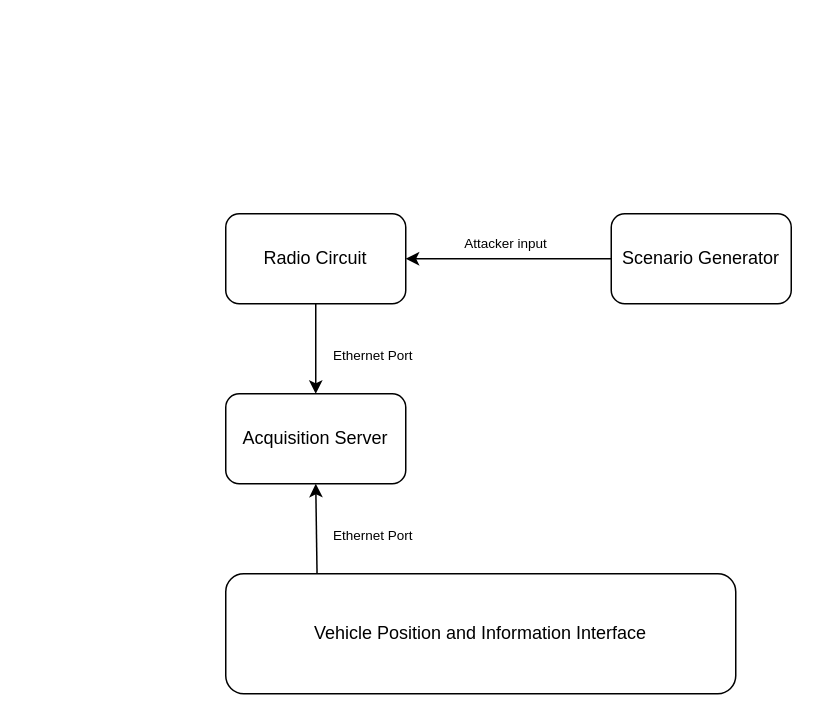
Before: page "Blockdiagram" (1 of 3) of GNSS Datalogger Blockdiagram.drawio in torejohansson97/tightly-coupled-gnss-data-logger, a draw.io diagram. Source tidied: cells renumbered, new cells numbered last; positions are measured from the earlier drawing's top-left corner, leaving out a move shared by most shapes. Both pictures are drawn from the tidied source at 150%, with x=0, y=0 at pixel (225, 213).
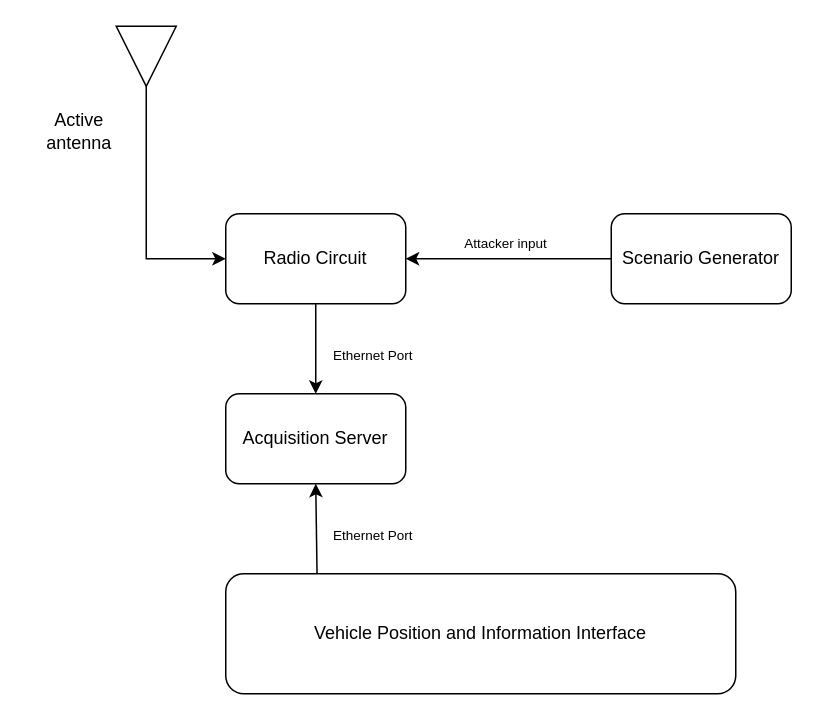
After the change.

What changed in the source:
```diff
@@
 <mxGraphModel>
   <root>
     <mxCell id="0" />
     <mxCell id="1" parent="0" />
     <mxCell id="2" value="Vehicle Position and Information Interface " style="rounded=1;whiteSpace=wrap;html=1;" parent="1" vertex="1">
       <mxGeometry y="240" width="340" height="80" as="geometry" />
     </mxCell>
     <mxCell id="3" value="Acquisition Server" style="rounded=1;whiteSpace=wrap;html=1;" parent="1" vertex="1">
       <mxGeometry y="120" width="120" height="60" as="geometry" />
     </mxCell>
     <mxCell id="4" style="edgeStyle=orthogonalEdgeStyle;rounded=0;jettySize=auto;html=1;entryX=1;entryY=0.5;entryDx=0;entryDy=0;fontSize=20;" parent="1" edge="1" source="5" target="8">
       <mxGeometry relative="1" as="geometry" />
     </mxCell>
     <mxCell id="5" value="Scenario Generator" style="rounded=1;whiteSpace=wrap;html=1;" parent="1" vertex="1">
       <mxGeometry x="257" width="120" height="60" as="geometry" />
     </mxCell>
     <mxCell id="6" style="endArrow=classic;html=1;rounded=0;entryX=0.5;entryY=1;entryDx=0;entryDy=0;exitX=0.179;exitY=-0.005;exitDx=0;exitDy=0;exitPerimeter=0;" parent="1" edge="1" source="2" target="3">
       <mxGeometry relative="1" as="geometry" />
     </mxCell>
     <mxCell id="7" style="edgeStyle=orthogonalEdgeStyle;rounded=0;jettySize=auto;html=1;entryX=0.5;entryY=0;entryDx=0;entryDy=0;fontSize=20;" parent="1" edge="1" source="8" target="3">
       <mxGeometry relative="1" as="geometry" />
     </mxCell>
     <mxCell id="8" value="Radio Circuit" style="rounded=1;whiteSpace=wrap;html=1;" parent="1" vertex="1">
       <mxGeometry width="120" height="60" as="geometry" />
     </mxCell>
     <mxCell id="9" value="&lt;font style=&quot;font-size: 9px;&quot;&gt;Attacker input&lt;/font&gt;" style="text;html=1;strokeColor=none;fillColor=none;align=center;verticalAlign=middle;whiteSpace=wrap;rounded=0;fontSize=20;" parent="1" vertex="1">
       <mxGeometry x="127" width="120" height="30" as="geometry" />
     </mxCell>
+    <mxCell id="12" style="edgeStyle=orthogonalEdgeStyle;rounded=0;jettySize=auto;html=1;exitX=1;exitY=0.5;exitDx=0;exitDy=0;entryX=0;entryY=0.5;entryDx=0;entryDy=0;startArrow=none;startFill=0;" parent="1" edge="1" source="13" target="8">
+      <mxGeometry relative="1" as="geometry">
+        <Array as="points">
+          <mxPoint x="-53" y="-85" />
+          <mxPoint x="-53" y="30" />
+        </Array>
+      </mxGeometry>
+    </mxCell>
     <mxCell id="10" value="Ethernet Port" style="text;html=1;strokeColor=none;fillColor=none;align=center;verticalAlign=middle;whiteSpace=wrap;rounded=0;fontSize=9;" parent="1" vertex="1">
       <mxGeometry x="60" y="80" width="77" height="30" as="geometry" />
     </mxCell>
+    <mxCell id="13" style="triangle;whiteSpace=wrap;html=1;rotation=90;" parent="1" vertex="1">
+      <mxGeometry x="-73" y="-125" width="40" height="40" as="geometry" />
+    </mxCell>
     <mxCell id="11" value="Ethernet Port" style="text;html=1;strokeColor=none;fillColor=none;align=center;verticalAlign=middle;whiteSpace=wrap;rounded=0;fontSize=9;" parent="1" vertex="1">
       <mxGeometry x="60" y="200" width="77" height="30" as="geometry" />
     </mxCell>
+    <mxCell id="14" value="Active &lt;br&gt;antenna" style="text;html=1;align=center;verticalAlign=middle;strokeColor=none;fillColor=none;" parent="1" vertex="1">
+      <mxGeometry x="-133" y="-75" width="70" height="40" as="geometry" />
+    </mxCell>
   </root>
 </mxGraphModel>
```
